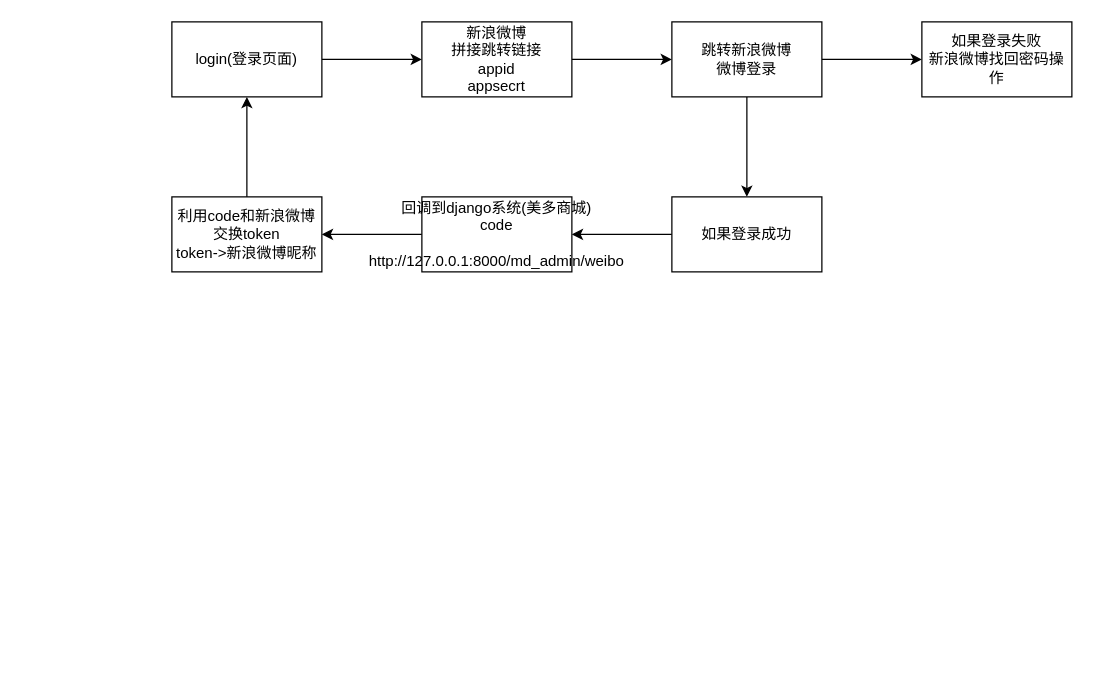
Above: MxOnline/新浪微博.drawio in v3ucn/Edu_online (draw.io), before the change. Source tidied: cells renumbered, new cells numbered last; positions are measured from the earlier drawing's top-left corner, leaving out a move shared by most shapes. Both pictures are drawn from the tidied source at 125%, with x=0, y=0 at pixel (171, 21).
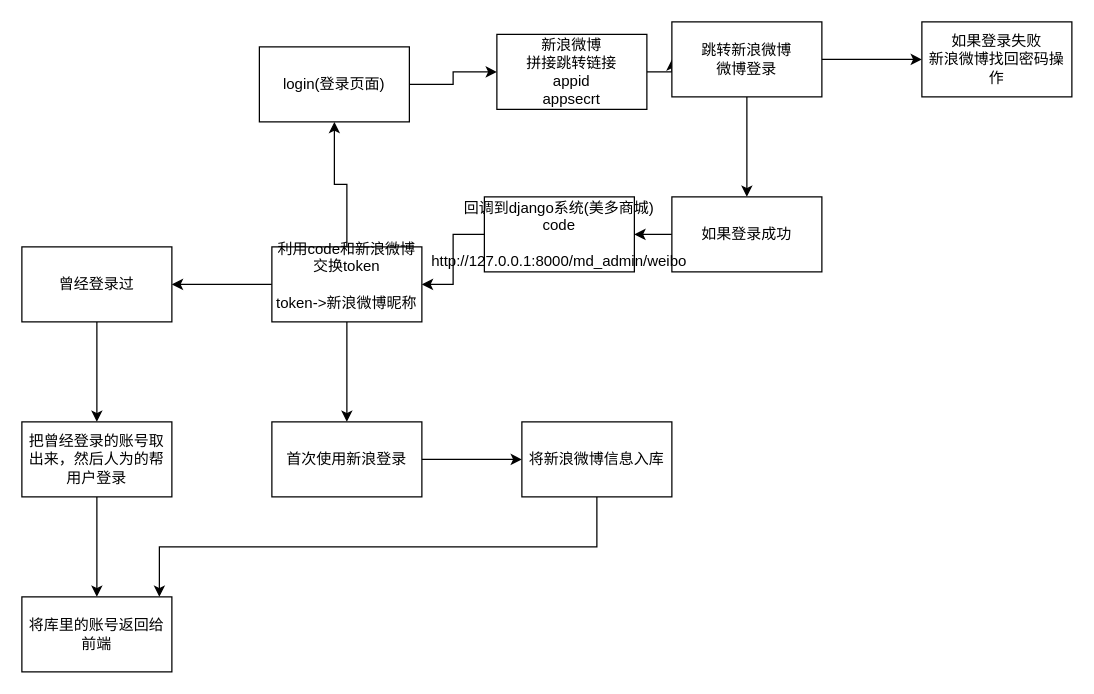
The same diagram, later.

Commit message:
更新新浪微博.drawio

Change to the diagram source:
```diff
@@
     <mxCell id="3" value="login(登录页面)" style="rounded=0;whiteSpace=wrap;html=1;" parent="1" vertex="1">
-      <mxGeometry width="120" height="60" as="geometry" />
+      <mxGeometry x="70" y="20" width="120" height="60" as="geometry" />
     </mxCell>
@@
     <mxCell id="5" value="新浪微博&lt;br&gt;拼接跳转链接&lt;br&gt;appid&lt;br&gt;appsecrt" style="rounded=0;whiteSpace=wrap;html=1;" parent="1" vertex="1">
-      <mxGeometry x="200" width="120" height="60" as="geometry" />
+      <mxGeometry x="260" y="10" width="120" height="60" as="geometry" />
     </mxCell>
@@
     <mxCell id="13" value="回调到django系统(美多商城)&lt;br&gt;code&lt;br&gt;&lt;br&gt;&lt;span style=&quot;font-family: &amp;#34;microsoft yahei&amp;#34; , , &amp;#34;heiti&amp;#34; , , sans-serif&quot;&gt;http://127.0.0.1:8000/md_admin/weibo&lt;/span&gt;" style="rounded=0;whiteSpace=wrap;html=1;" parent="1" vertex="1">
-      <mxGeometry x="200" y="140" width="120" height="60" as="geometry" />
+      <mxGeometry x="250" y="140" width="120" height="60" as="geometry" />
     </mxCell>
@@
+    <mxCell id="16" style="edgeStyle=orthogonalEdgeStyle;rounded=0;jettySize=auto;html=1;" parent="1" edge="1" source="15" target="24">
+      <mxGeometry relative="1" as="geometry" />
+    </mxCell>
+    <mxCell id="17" style="edgeStyle=orthogonalEdgeStyle;rounded=0;jettySize=auto;html=1;" parent="1" edge="1" source="15" target="19">
+      <mxGeometry relative="1" as="geometry" />
+    </mxCell>
-    <mxCell id="15" value="利用code和新浪微博交换token&lt;br&gt;token-&amp;gt;新浪微博昵称" style="rounded=0;whiteSpace=wrap;html=1;" parent="1" vertex="1">
-      <mxGeometry y="140" width="120" height="60" as="geometry" />
+    <mxCell id="15" value="利用code和新浪微博交换token&lt;br&gt;&lt;br&gt;token-&amp;gt;新浪微博昵称&lt;br&gt;&lt;br&gt;" style="rounded=0;whiteSpace=wrap;html=1;" parent="1" vertex="1">
+      <mxGeometry x="80" y="180" width="120" height="60" as="geometry" />
     </mxCell>
+    <mxCell id="18" style="edgeStyle=orthogonalEdgeStyle;rounded=0;jettySize=auto;html=1;" parent="1" edge="1" source="19" target="21">
+      <mxGeometry relative="1" as="geometry" />
+    </mxCell>
+    <mxCell id="19" value="曾经登录过" style="rounded=0;whiteSpace=wrap;html=1;" parent="1" vertex="1">
+      <mxGeometry x="-120" y="180" width="120" height="60" as="geometry" />
+    </mxCell>
+    <mxCell id="20" style="edgeStyle=orthogonalEdgeStyle;rounded=0;jettySize=auto;html=1;" parent="1" edge="1" source="21" target="22">
+      <mxGeometry relative="1" as="geometry" />
+    </mxCell>
+    <mxCell id="21" value="把曾经登录的账号取出来，然后人为的帮用户登录" style="rounded=0;whiteSpace=wrap;html=1;" parent="1" vertex="1">
+      <mxGeometry x="-120" y="320" width="120" height="60" as="geometry" />
+    </mxCell>
+    <mxCell id="22" value="将库里的账号返回给前端" style="rounded=0;whiteSpace=wrap;html=1;" parent="1" vertex="1">
+      <mxGeometry x="-120" y="460" width="120" height="60" as="geometry" />
+    </mxCell>
+    <mxCell id="23" style="edgeStyle=orthogonalEdgeStyle;rounded=0;jettySize=auto;html=1;" parent="1" edge="1" source="24" target="26">
+      <mxGeometry relative="1" as="geometry" />
+    </mxCell>
+    <mxCell id="24" value="首次使用新浪登录" style="rounded=0;whiteSpace=wrap;html=1;" parent="1" vertex="1">
+      <mxGeometry x="80" y="320" width="120" height="60" as="geometry" />
+    </mxCell>
+    <mxCell id="25" style="edgeStyle=orthogonalEdgeStyle;rounded=0;jettySize=auto;html=1;" parent="1" edge="1" source="26" target="22">
+      <mxGeometry relative="1" as="geometry">
+        <Array as="points">
+          <mxPoint x="340" y="420" />
+          <mxPoint x="-10" y="420" />
+        </Array>
+      </mxGeometry>
+    </mxCell>
+    <mxCell id="26" value="将新浪微博信息入库" style="rounded=0;whiteSpace=wrap;html=1;" parent="1" vertex="1">
+      <mxGeometry x="280" y="320" width="120" height="60" as="geometry" />
+    </mxCell>
```
